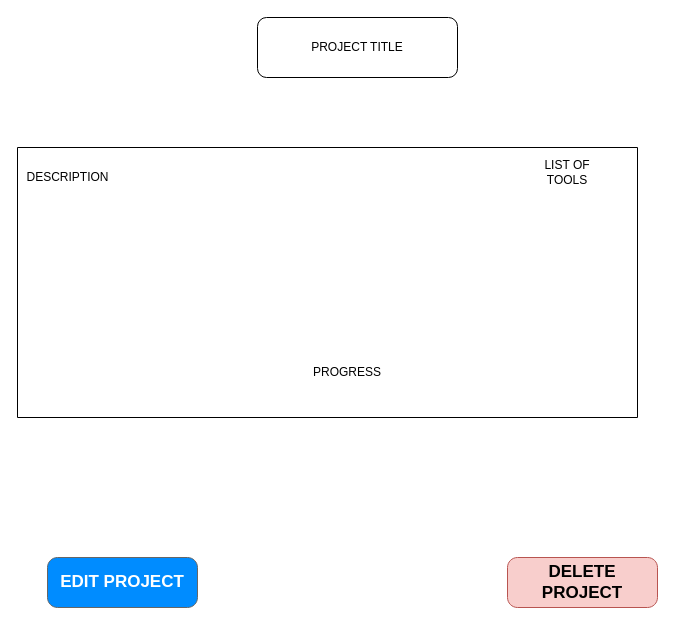
wescbro12/Unit-2-Honey-Do keeps this draw.io diagram as page "SHOW PAGE" (4 of 6) of Untitled Diagram.drawio. Above is the earlier version. Source tidied: cells renumbered, new cells numbered last; positions are measured from the earlier drawing's top-left corner, leaving out a move shared by most shapes. Both pictures are drawn from the tidied source at 100%, with x=0, y=0 at pixel (17, 17).
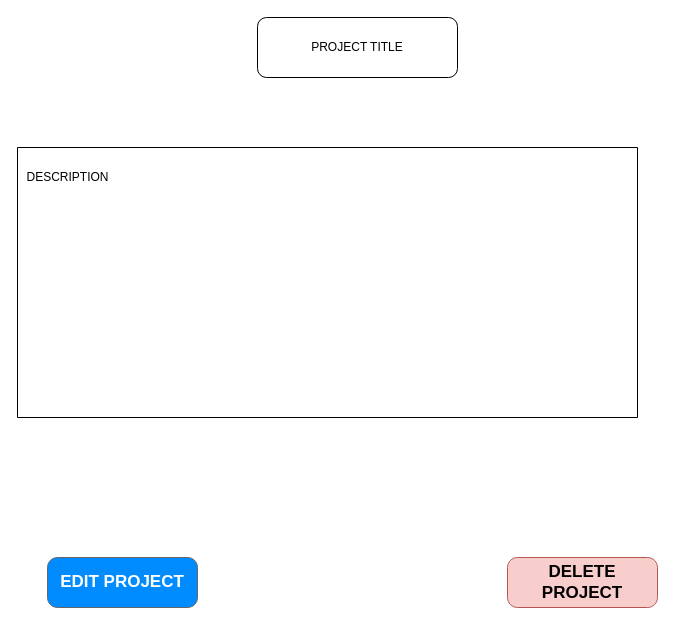
The same diagram, later.

The edit, as a diff of the source:
```diff
@@
 <mxGraphModel>
   <root>
     <mxCell id="0" />
     <mxCell id="1" parent="0" />
     <mxCell id="2" value="PROJECT TITLE" style="rounded=1;whiteSpace=wrap;html=1;" parent="1" vertex="1">
       <mxGeometry x="240" width="200" height="60" as="geometry" />
     </mxCell>
     <mxCell id="3" style="swimlane;startSize=0;" parent="1" vertex="1">
       <mxGeometry y="130" width="620" height="270" as="geometry" />
     </mxCell>
     <mxCell id="4" value="DESCRIPTION" style="text;html=1;align=center;verticalAlign=middle;strokeColor=none;fillColor=none;" parent="3" vertex="1">
       <mxGeometry y="20" width="100" height="20" as="geometry" />
     </mxCell>
-    <mxCell id="5" value="LIST OF TOOLS" style="text;html=1;strokeColor=none;fillColor=none;align=center;verticalAlign=middle;whiteSpace=wrap;rounded=0;" parent="3" vertex="1">
-      <mxGeometry x="520" y="10" width="60" height="30" as="geometry" />
-    </mxCell>
-    <mxCell id="6" value="PROGRESS" style="text;html=1;strokeColor=none;fillColor=none;align=center;verticalAlign=middle;whiteSpace=wrap;rounded=0;" parent="3" vertex="1">
-      <mxGeometry x="230" y="210" width="200" height="30" as="geometry" />
-    </mxCell>
     <mxCell id="7" value="EDIT PROJECT" style="strokeWidth=1;shadow=0;dashed=0;align=center;html=1;shape=mxgraph.mockup.buttons.button;strokeColor=#666666;fontColor=#ffffff;mainText=;buttonStyle=round;fontSize=17;fontStyle=1;fillColor=#008cff;whiteSpace=wrap;" parent="1" vertex="1">
       <mxGeometry x="30" y="540" width="150" height="50" as="geometry" />
     </mxCell>
     <mxCell id="8" value="DELETE PROJECT" style="strokeWidth=1;shadow=0;dashed=0;align=center;html=1;shape=mxgraph.mockup.buttons.button;strokeColor=#b85450;mainText=;buttonStyle=round;fontSize=17;fontStyle=1;fillColor=#f8cecc;whiteSpace=wrap;" parent="1" vertex="1">
       <mxGeometry x="490" y="540" width="150" height="50" as="geometry" />
     </mxCell>
   </root>
 </mxGraphModel>
```
